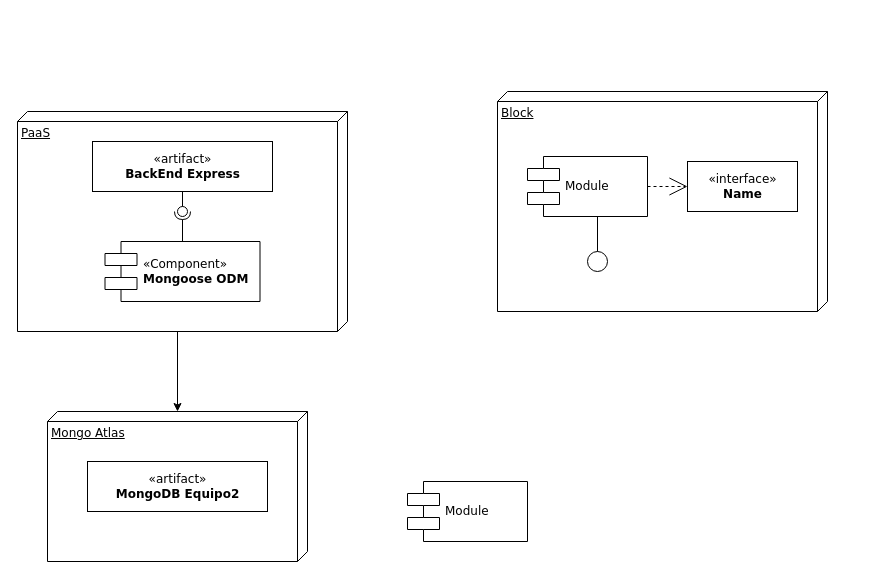
Before: Diagrama_de_Despliegue.drawio in CamiloAndresGTR/Grupo11_Equipo2_BackEnd, a draw.io diagram. Source tidied: cells renumbered, new cells numbered last; positions are measured from the earlier drawing's top-left corner, leaving out a move shared by most shapes. Both pictures are drawn from the tidied source at 100%, with x=0, y=0 at pixel (17, 91).
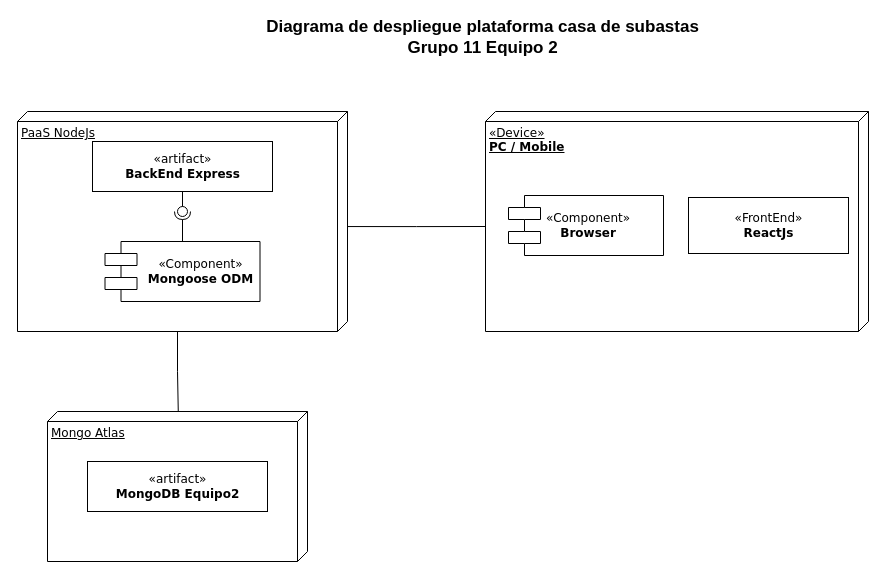
The same diagram, later.

What changed in the source:
```diff
@@
 <mxGraphModel>
   <root>
     <mxCell id="0" />
     <mxCell id="1" parent="0" />
-    <mxCell id="2" style="edgeStyle=orthogonalEdgeStyle;rounded=0;jettySize=auto;html=1;exitX=0;exitY=0;exitDx=220;exitDy=170;exitPerimeter=0;" parent="1" edge="1" source="3" target="5">
-      <mxGeometry relative="1" as="geometry" />
-    </mxCell>
-    <mxCell id="3" value="PaaS" style="verticalAlign=top;align=left;spacingTop=8;spacingLeft=2;spacingRight=12;shape=cube;size=10;direction=south;fontStyle=4;html=1;rounded=0;shadow=0;comic=0;labelBackgroundColor=none;strokeWidth=1;fontFamily=Verdana;fontSize=12;" parent="1" vertex="1">
+    <mxCell id="3" value="PaaS NodeJs" style="verticalAlign=top;align=left;spacingTop=8;spacingLeft=2;spacingRight=12;shape=cube;size=10;direction=south;fontStyle=4;html=1;rounded=0;shadow=0;comic=0;labelBackgroundColor=none;strokeWidth=1;fontFamily=Verdana;fontSize=12;" parent="1" vertex="1">
       <mxGeometry y="20" width="330" height="220" as="geometry" />
     </mxCell>
-    <mxCell id="4" value="Block" style="verticalAlign=top;align=left;spacingTop=8;spacingLeft=2;spacingRight=12;shape=cube;size=10;direction=south;fontStyle=4;html=1;rounded=0;shadow=0;comic=0;labelBackgroundColor=none;strokeWidth=1;fontFamily=Verdana;fontSize=12;" parent="1" vertex="1">
-      <mxGeometry x="480" width="330" height="220" as="geometry" />
+    <mxCell id="4" value="&lt;span style=&quot;text-align: center&quot;&gt;«Device»&lt;br&gt;&lt;/span&gt;&lt;b style=&quot;text-align: center&quot;&gt;PC / Mobile&lt;/b&gt;&lt;span style=&quot;text-align: center&quot;&gt;&lt;br&gt;&lt;/span&gt;" style="verticalAlign=top;align=left;spacingTop=8;spacingLeft=2;spacingRight=12;shape=cube;size=10;direction=south;fontStyle=4;html=1;rounded=0;shadow=0;comic=0;labelBackgroundColor=none;strokeWidth=1;fontFamily=Verdana;fontSize=12;" parent="1" vertex="1">
+      <mxGeometry x="468" y="20" width="383" height="220" as="geometry" />
     </mxCell>
     <mxCell id="5" value="Mongo Atlas" style="verticalAlign=top;align=left;spacingTop=8;spacingLeft=2;spacingRight=12;shape=cube;size=10;direction=south;fontStyle=4;html=1;rounded=0;shadow=0;comic=0;labelBackgroundColor=none;strokeWidth=1;fontFamily=Verdana;fontSize=12;" parent="1" vertex="1">
       <mxGeometry x="30" y="320" width="260" height="150" as="geometry" />
     </mxCell>
     <mxCell id="6" value="«artifact»&lt;br&gt;&lt;b&gt;BackEnd Express&lt;/b&gt;" style="html=1;rounded=0;shadow=0;comic=0;labelBackgroundColor=none;strokeWidth=1;fontFamily=Verdana;fontSize=12;align=center;" parent="1" vertex="1">
       <mxGeometry x="75" y="50" width="180" height="50" as="geometry" />
     </mxCell>
-    <mxCell id="7" value="&lt;span style=&quot;text-align: center&quot;&gt;«Component»&lt;br&gt;&lt;b&gt;Mongoose ODM&lt;/b&gt;&lt;br&gt;&lt;/span&gt;" style="shape=component;align=left;spacingLeft=36;rounded=0;shadow=0;comic=0;labelBackgroundColor=none;strokeWidth=1;fontFamily=Verdana;fontSize=12;html=1;" parent="1" vertex="1">
+    <mxCell id="7" value="&lt;div&gt;&lt;span&gt;«Component»&lt;/span&gt;&lt;/div&gt;&lt;span&gt;&lt;div&gt;&lt;b&gt;Mongoose ODM&lt;/b&gt;&lt;/div&gt;&lt;/span&gt;" style="shape=component;align=center;spacingLeft=36;rounded=0;shadow=0;comic=0;labelBackgroundColor=none;strokeWidth=1;fontFamily=Verdana;fontSize=12;html=1;" parent="1" vertex="1">
       <mxGeometry x="87.5" y="150" width="155" height="60" as="geometry" />
     </mxCell>
-    <mxCell id="8" value="Module" style="shape=component;align=left;spacingLeft=36;rounded=0;shadow=0;comic=0;labelBackgroundColor=none;strokeWidth=1;fontFamily=Verdana;fontSize=12;html=1;" parent="1" vertex="1">
-      <mxGeometry x="510" y="65" width="120" height="60" as="geometry" />
-    </mxCell>
-    <mxCell id="9" value="&amp;laquo;interface&amp;raquo;&lt;br&gt;&lt;b&gt;Name&lt;/b&gt;" style="html=1;rounded=0;shadow=0;comic=0;labelBackgroundColor=none;strokeWidth=1;fontFamily=Verdana;fontSize=12;align=center;" parent="1" vertex="1">
-      <mxGeometry x="670" y="70" width="110" height="50" as="geometry" />
-    </mxCell>
-    <mxCell id="10" style="ellipse;whiteSpace=wrap;html=1;rounded=0;shadow=0;comic=0;labelBackgroundColor=none;strokeWidth=1;fontFamily=Verdana;fontSize=12;align=center;" parent="1" vertex="1">
-      <mxGeometry x="570" y="160" width="20" height="20" as="geometry" />
-    </mxCell>
-    <mxCell id="11" value="Module" style="shape=component;align=left;spacingLeft=36;rounded=0;shadow=0;comic=0;labelBackgroundColor=none;strokeWidth=1;fontFamily=Verdana;fontSize=12;html=1;" parent="1" vertex="1">
-      <mxGeometry x="390" y="390" width="120" height="60" as="geometry" />
-    </mxCell>
-    <mxCell id="12" style="edgeStyle=elbowEdgeStyle;rounded=0;html=1;labelBackgroundColor=none;startArrow=none;startFill=0;startSize=8;endArrow=none;endFill=0;endSize=16;fontFamily=Verdana;fontSize=12;" parent="1" edge="1" source="10" target="8">
-      <mxGeometry relative="1" as="geometry" />
-    </mxCell>
-    <mxCell id="13" style="edgeStyle=orthogonalEdgeStyle;rounded=0;html=1;dashed=1;labelBackgroundColor=none;startArrow=none;startFill=0;startSize=8;endArrow=open;endFill=0;endSize=16;fontFamily=Verdana;fontSize=12;" parent="1" edge="1" source="8" target="9">
-      <mxGeometry relative="1" as="geometry" />
-    </mxCell>
     <mxCell id="14" value="«artifact»&lt;br&gt;&lt;b&gt;MongoDB Equipo2&lt;/b&gt;" style="html=1;rounded=0;shadow=0;comic=0;labelBackgroundColor=none;strokeWidth=1;fontFamily=Verdana;fontSize=12;align=center;" parent="1" vertex="1">
       <mxGeometry x="70" y="370" width="180" height="50" as="geometry" />
     </mxCell>
     <mxCell id="15" style="rounded=0;jettySize=auto;html=1;endArrow=none;endFill=0;sketch=0;sourcePerimeterSpacing=0;targetPerimeterSpacing=0;exitX=0.5;exitY=1;exitDx=0;exitDy=0;" parent="1" edge="1" source="6">
       <mxGeometry relative="1" as="geometry">
         <mxPoint x="165" y="120" as="targetPoint" />
       </mxGeometry>
     </mxCell>
     <mxCell id="16" style="rounded=0;jettySize=auto;html=1;endArrow=halfCircle;endFill=0;entryX=0.5;entryY=0.5;endSize=6;strokeWidth=1;sketch=0;exitX=0.5;exitY=0;exitDx=0;exitDy=0;" parent="1" edge="1" source="7" target="17">
       <mxGeometry relative="1" as="geometry" />
     </mxCell>
     <mxCell id="17" style="ellipse;whiteSpace=wrap;html=1;align=center;points=[];outlineConnect=0;sketch=0;" parent="1" vertex="1">
       <mxGeometry x="160" y="115" width="10" height="10" as="geometry" />
     </mxCell>
+    <mxCell id="18" value="&lt;div style=&quot;text-align: center&quot;&gt;&lt;span&gt;«Component»&lt;/span&gt;&lt;/div&gt;&lt;span&gt;&lt;div style=&quot;text-align: center&quot;&gt;&lt;b&gt;Browser&lt;/b&gt;&lt;/div&gt;&lt;/span&gt;" style="shape=component;align=left;spacingLeft=36;rounded=0;shadow=0;comic=0;labelBackgroundColor=none;strokeWidth=1;fontFamily=Verdana;fontSize=12;html=1;" parent="1" vertex="1">
+      <mxGeometry x="491" y="104" width="155" height="60" as="geometry" />
+    </mxCell>
+    <mxCell id="19" value="«FrontEnd»&lt;br&gt;&lt;b&gt;ReactJs&lt;/b&gt;" style="html=1;rounded=0;shadow=0;comic=0;labelBackgroundColor=none;strokeWidth=1;fontFamily=Verdana;fontSize=12;align=center;" parent="1" vertex="1">
+      <mxGeometry x="671" y="106" width="160" height="56" as="geometry" />
+    </mxCell>
+    <mxCell id="20" style="endArrow=none;html=1;edgeStyle=orthogonalEdgeStyle;rounded=0;entryX=0;entryY=0;entryDx=115;entryDy=383;entryPerimeter=0;exitX=0.523;exitY=0;exitDx=0;exitDy=0;exitPerimeter=0;" parent="1" edge="1" source="3" target="4">
+      <mxGeometry relative="1" as="geometry" />
+    </mxCell>
+    <mxCell id="2" style="endArrow=none;html=1;edgeStyle=orthogonalEdgeStyle;rounded=0;exitX=0;exitY=0;exitDx=220;exitDy=170;exitPerimeter=0;entryX=0.001;entryY=0.497;entryDx=0;entryDy=0;entryPerimeter=0;" parent="1" edge="1" source="3" target="5">
+      <mxGeometry relative="1" as="geometry" />
+    </mxCell>
+    <mxCell id="21" value="&lt;b&gt;&lt;font style=&quot;font-size: 17px&quot;&gt;Diagrama de despliegue plataforma casa de subastas&lt;br&gt;Grupo 11 Equipo 2&lt;br&gt;&lt;/font&gt;&lt;/b&gt;" style="text;html=1;align=center;verticalAlign=middle;fillColor=none;strokeColor=none;rounded=0;" parent="1" vertex="1">
+      <mxGeometry x="240" y="-74" width="450" height="40" as="geometry" />
+    </mxCell>
   </root>
 </mxGraphModel>
```
